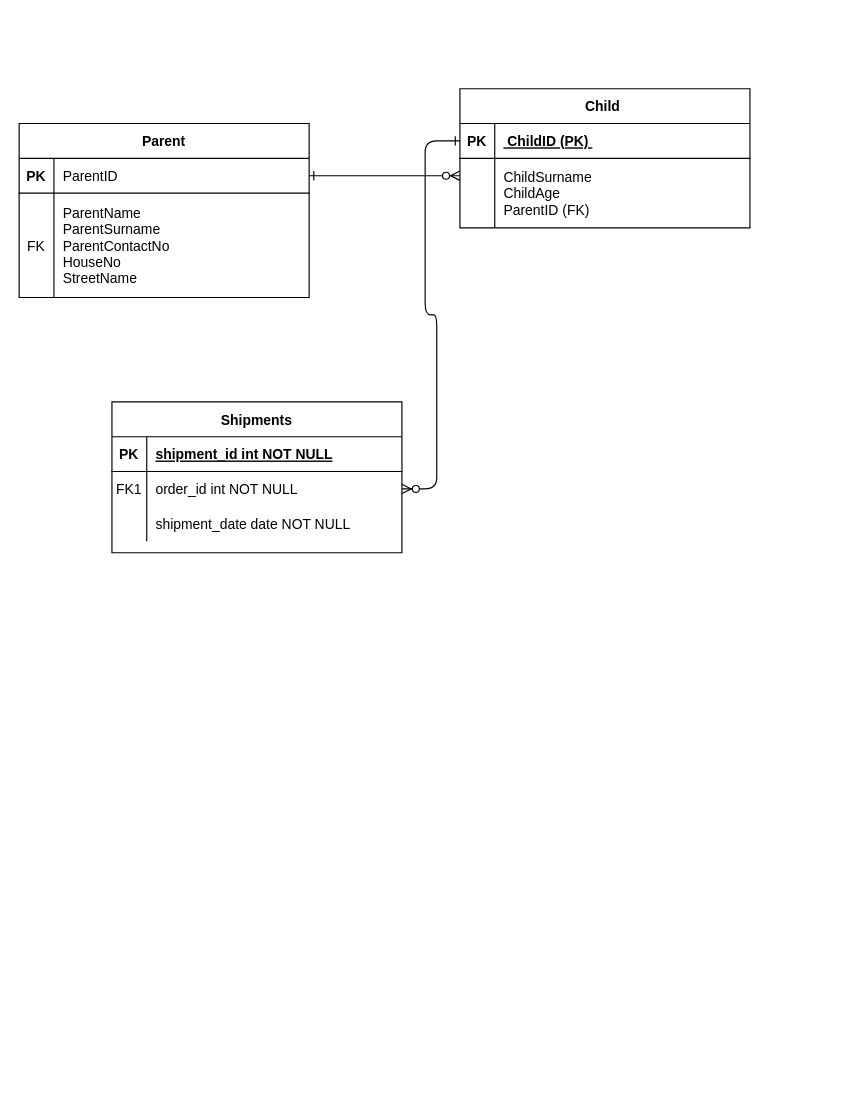
Before: Untitled Diagram.drawio in SiphosethuMsengeni/SiphosethuMsengeni, a draw.io diagram. Source tidied: cells renumbered, new cells numbered last; positions are measured from the earlier drawing's top-left corner, leaving out a move shared by most shapes. Both pictures are drawn from the tidied source at 116%, with x=0, y=0 at pixel (19, 88).
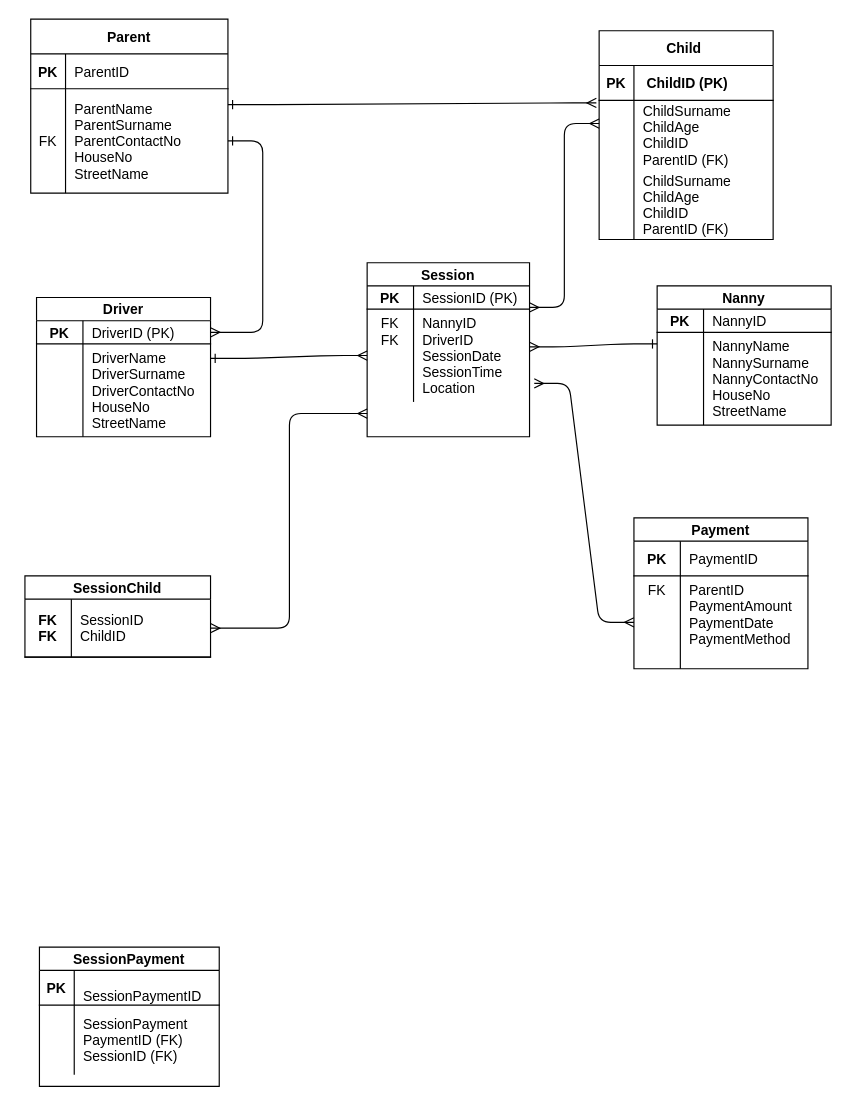
The same diagram, later.

Diff of the diagram source:
```diff
@@
-    <mxCell id="2" style="edgeStyle=entityRelationEdgeStyle;endArrow=ERzeroToMany;startArrow=ERone;endFill=1;startFill=0;" parent="1" edge="1" source="22">
+    <mxCell id="2" style="edgeStyle=entityRelationEdgeStyle;endArrow=ERmany;startArrow=ERone;endFill=0;startFill=0;exitX=1;exitY=0.934;exitDx=0;exitDy=0;exitPerimeter=0;entryX=-0.016;entryY=0.037;entryDx=0;entryDy=0;entryPerimeter=0;" parent="1" edge="1" target="28">
       <mxGeometry relative="1" as="geometry">
-        <mxPoint x="380" y="75" as="targetPoint" />
+        <mxPoint x="180" y="13.7" as="sourcePoint" />
+        <Array as="points">
+          <mxPoint x="190" y="9.7" />
+          <mxPoint x="229" y="13.7" />
+          <mxPoint x="210" y="-73.3" />
+          <mxPoint x="10" y="-104.3" />
+          <mxPoint x="220" y="-74.3" />
+          <mxPoint x="180" y="-104.3" />
+        </Array>
       </mxGeometry>
     </mxCell>
-    <mxCell id="3" style="edgeStyle=entityRelationEdgeStyle;endArrow=ERzeroToMany;startArrow=ERone;endFill=1;startFill=0;" parent="1" edge="1" source="5" target="15">
-      <mxGeometry relative="1" as="geometry" />
-    </mxCell>
     <mxCell id="4" value="Child " style="shape=table;startSize=30;childLayout=tableLayout;rowLines=0;fontStyle=1;align=center;strokeWidth=1;" parent="1" vertex="1">
-      <mxGeometry x="380" width="250" height="120" as="geometry" />
+      <mxGeometry x="500" y="-50" width="150" height="180" as="geometry" />
     </mxCell>
     <mxCell id="5" style="shape=partialRectangle;fillColor=none;points=[[0,0.5],[1,0.5]];portConstraint=eastwest;top=0;left=0;right=0;bottom=1;" parent="4" vertex="1">
-      <mxGeometry y="30" width="250" height="30" as="geometry" />
+      <mxGeometry y="30" width="150" height="30" as="geometry" />
     </mxCell>
@@
-    <mxCell id="7" value=" ChildID (PK) " style="shape=partialRectangle;overflow=hidden;fillColor=none;top=0;left=0;bottom=0;right=0;align=left;spacingLeft=6;fontStyle=5;" parent="5" vertex="1">
-      <mxGeometry x="30" width="220" height="30" as="geometry" />
+    <mxCell id="7" value=" ChildID (PK) " style="shape=partialRectangle;overflow=hidden;fillColor=none;top=0;left=0;bottom=0;right=0;align=left;spacingLeft=6;fontStyle=1;" parent="5" vertex="1">
+      <mxGeometry x="30" width="120" height="30" as="geometry" />
     </mxCell>
+    <mxCell id="28" style="shape=partialRectangle;fillColor=none;points=[[0,0.5],[1,0.5]];portConstraint=eastwest;top=0;left=0;right=0;bottom=0;" parent="4" vertex="1">
+      <mxGeometry y="60" width="150" height="60" as="geometry" />
+    </mxCell>
+    <mxCell id="29" style="shape=partialRectangle;overflow=hidden;fillColor=none;top=0;left=0;bottom=0;right=0;" parent="28" vertex="1">
+      <mxGeometry width="30" height="60" as="geometry" />
+    </mxCell>
+    <mxCell id="30" value="ChildSurname &#10;ChildAge&#10;ChildID&#10;ParentID (FK) " style="shape=partialRectangle;overflow=hidden;fillColor=none;top=0;left=0;bottom=0;right=0;align=left;spacingLeft=6;" parent="28" vertex="1">
+      <mxGeometry x="30" width="120" height="60" as="geometry" />
+    </mxCell>
     <mxCell id="8" style="shape=partialRectangle;fillColor=none;top=0;left=0;right=0;bottom=0;" parent="4" vertex="1">
-      <mxGeometry y="60" width="250" height="60" as="geometry" />
+      <mxGeometry y="120" width="150" height="60" as="geometry" />
     </mxCell>
@@
-    <mxCell id="10" value="ChildSurname &#10;ChildAge&#10;ParentID (FK)  " style="shape=partialRectangle;overflow=hidden;fillColor=none;top=0;left=0;bottom=0;right=0;align=left;spacingLeft=6;" parent="8" vertex="1">
-      <mxGeometry x="30" width="220" height="60" as="geometry" />
+    <mxCell id="10" value="ChildSurname &#10;ChildAge&#10;ChildID&#10;ParentID (FK) " style="shape=partialRectangle;overflow=hidden;fillColor=none;top=0;left=0;bottom=0;right=0;align=left;spacingLeft=6;" parent="8" vertex="1">
+      <mxGeometry x="30" width="120" height="60" as="geometry" />
     </mxCell>
-    <mxCell id="11" value="Shipments" style="shape=table;startSize=30;childLayout=tableLayout;rowLines=0;fontStyle=1;align=center;" parent="1" vertex="1">
-      <mxGeometry x="80" y="270" width="250" height="130" as="geometry" />
-    </mxCell>
-    <mxCell id="12" style="shape=partialRectangle;fillColor=none;top=0;left=0;right=0;bottom=1;" parent="11" vertex="1">
-      <mxGeometry y="30" width="250" height="30" as="geometry" />
-    </mxCell>
-    <mxCell id="13" value="PK" style="shape=partialRectangle;overflow=hidden;fillColor=none;top=0;left=0;bottom=0;right=0;fontStyle=1;" parent="12" vertex="1">
-      <mxGeometry width="30" height="30" as="geometry" />
-    </mxCell>
-    <mxCell id="14" value="shipment_id int NOT NULL " style="shape=partialRectangle;overflow=hidden;fillColor=none;top=0;left=0;bottom=0;right=0;align=left;spacingLeft=6;fontStyle=5;" parent="12" vertex="1">
-      <mxGeometry x="30" width="220" height="30" as="geometry" />
-    </mxCell>
-    <mxCell id="15" style="shape=partialRectangle;fillColor=none;points=[[0,0.5],[1,0.5]];portConstraint=eastwest;top=0;left=0;right=0;bottom=0;" parent="11" vertex="1">
-      <mxGeometry y="60" width="250" height="30" as="geometry" />
-    </mxCell>
-    <mxCell id="16" value="FK1" style="shape=partialRectangle;overflow=hidden;fillColor=none;top=0;left=0;bottom=0;right=0;" parent="15" vertex="1">
-      <mxGeometry width="30" height="30" as="geometry" />
-    </mxCell>
-    <mxCell id="17" value="order_id int NOT NULL" style="shape=partialRectangle;overflow=hidden;fillColor=none;top=0;left=0;bottom=0;right=0;align=left;spacingLeft=6;" parent="15" vertex="1">
-      <mxGeometry x="30" width="220" height="30" as="geometry" />
-    </mxCell>
-    <mxCell id="18" style="shape=partialRectangle;fillColor=none;top=0;left=0;right=0;bottom=0;" parent="11" vertex="1">
-      <mxGeometry y="90" width="250" height="30" as="geometry" />
-    </mxCell>
-    <mxCell id="19" style="shape=partialRectangle;overflow=hidden;fillColor=none;top=0;left=0;bottom=0;right=0;" parent="18" vertex="1">
-      <mxGeometry width="30" height="30" as="geometry" />
-    </mxCell>
-    <mxCell id="20" value="shipment_date date NOT NULL" style="shape=partialRectangle;overflow=hidden;fillColor=none;top=0;left=0;bottom=0;right=0;align=left;spacingLeft=6;" parent="18" vertex="1">
-      <mxGeometry x="30" width="220" height="30" as="geometry" />
-    </mxCell>
     <mxCell id="21" value="Parent" style="shape=table;startSize=30;childLayout=tableLayout;rowLines=0;fontStyle=1;align=center;" parent="1" vertex="1">
-      <mxGeometry y="30" width="250" height="150" as="geometry" />
+      <mxGeometry x="10" y="-60" width="170" height="150" as="geometry" />
     </mxCell>
     <mxCell id="22" style="shape=partialRectangle;fillColor=none;points=[[0,0.5],[1,0.5]];portConstraint=eastwest;top=0;left=0;right=0;bottom=1;" parent="21" vertex="1">
-      <mxGeometry y="30" width="250" height="30" as="geometry" />
+      <mxGeometry y="30" width="170" height="30" as="geometry" />
     </mxCell>
@@
     <mxCell id="24" value="ParentID   " style="shape=partialRectangle;overflow=hidden;fillColor=none;top=0;left=0;bottom=0;right=0;align=left;spacingLeft=6;fontStyle=0;" parent="22" vertex="1">
-      <mxGeometry x="30" width="220" height="30" as="geometry" />
+      <mxGeometry x="30" width="140" height="30" as="geometry" />
     </mxCell>
     <mxCell id="25" style="shape=partialRectangle;fillColor=none;points=[[0,0.5],[1,0.5]];portConstraint=eastwest;top=0;left=0;right=0;bottom=0;" parent="21" vertex="1">
-      <mxGeometry y="60" width="250" height="90" as="geometry" />
+      <mxGeometry y="60" width="170" height="90" as="geometry" />
     </mxCell>
@@
     <mxCell id="27" value="ParentName&#10;ParentSurname&#10;ParentContactNo&#10;HouseNo&#10;StreetName  " style="shape=partialRectangle;overflow=hidden;fillColor=none;top=0;left=0;bottom=0;right=0;align=left;spacingLeft=6;" parent="25" vertex="1">
-      <mxGeometry x="30" width="220" height="90" as="geometry" />
+      <mxGeometry x="30" width="140" height="90" as="geometry" />
     </mxCell>
+    <mxCell id="31" value="SessionPayment" style="shape=table;startSize=20;childLayout=tableLayout;rowLines=0;fontStyle=1;align=center;strokeWidth=1;" parent="1" vertex="1">
+      <mxGeometry x="17.5" y="740" width="155" height="120" as="geometry" />
+    </mxCell>
+    <mxCell id="32" style="shape=partialRectangle;fillColor=none;top=0;left=0;right=0;bottom=1;" parent="31" vertex="1">
+      <mxGeometry y="20" width="155" height="30" as="geometry" />
+    </mxCell>
+    <mxCell id="13" value="PK" style="shape=partialRectangle;overflow=hidden;fillColor=none;top=0;left=0;bottom=0;right=0;fontStyle=1;" parent="32" vertex="1">
+      <mxGeometry width="30" height="30" as="geometry" />
+    </mxCell>
+    <mxCell id="33" value="&#10;SessionPaymentID &#10;&#10;" style="shape=partialRectangle;overflow=hidden;fillColor=none;top=0;left=0;bottom=0;right=0;align=left;spacingLeft=6;fontStyle=0;" parent="32" vertex="1">
+      <mxGeometry x="30" width="125" height="30" as="geometry" />
+    </mxCell>
+    <mxCell id="34" style="shape=partialRectangle;fillColor=none;top=0;left=0;right=0;bottom=0;" parent="31" vertex="1">
+      <mxGeometry y="50" width="155" height="60" as="geometry" />
+    </mxCell>
+    <mxCell id="35" style="shape=partialRectangle;overflow=hidden;fillColor=none;top=0;left=0;bottom=0;right=0;" parent="34" vertex="1">
+      <mxGeometry width="30" height="60" as="geometry" />
+    </mxCell>
+    <mxCell id="36" value="SessionPayment&#10;PaymentID (FK)&#10;SessionID (FK)" style="shape=partialRectangle;overflow=hidden;fillColor=none;top=0;left=0;bottom=0;right=0;align=left;spacingLeft=6;" parent="34" vertex="1">
+      <mxGeometry x="30" width="125" height="60" as="geometry" />
+    </mxCell>
+    <mxCell id="37" style="text;html=1;align=center;verticalAlign=middle;strokeColor=none;fillColor=none;" parent="1" vertex="1">
+      <mxGeometry x="400" y="400" width="20" height="30" as="geometry" />
+    </mxCell>
+    <mxCell id="38" value="Payment" style="shape=table;startSize=20;childLayout=tableLayout;rowLines=0;fontStyle=1;align=center;strokeWidth=1;" parent="1" vertex="1">
+      <mxGeometry x="530" y="370" width="150" height="130" as="geometry" />
+    </mxCell>
+    <mxCell id="39" style="shape=partialRectangle;fillColor=none;top=0;left=0;right=0;bottom=1;" parent="38" vertex="1">
+      <mxGeometry y="20" width="150" height="30" as="geometry" />
+    </mxCell>
+    <mxCell id="40" value="PK" style="shape=partialRectangle;overflow=hidden;fillColor=none;top=0;left=0;bottom=0;right=0;fontStyle=1;" parent="39" vertex="1">
+      <mxGeometry width="40" height="30" as="geometry" />
+    </mxCell>
+    <mxCell id="41" value="PaymentID" style="shape=partialRectangle;overflow=hidden;fillColor=none;top=0;left=0;bottom=0;right=0;align=left;spacingLeft=6;fontStyle=0;" parent="39" vertex="1">
+      <mxGeometry x="40" width="110" height="30" as="geometry" />
+    </mxCell>
+    <mxCell id="42" style="shape=partialRectangle;fillColor=none;points=[[0,0.5],[1,0.5]];portConstraint=eastwest;top=0;left=0;right=0;bottom=0;" parent="38" vertex="1">
+      <mxGeometry y="50" width="150" height="80" as="geometry" />
+    </mxCell>
+    <mxCell id="43" value="FK&#10;&#10;&#10;&#10;" style="shape=partialRectangle;overflow=hidden;fillColor=none;top=0;left=0;bottom=0;right=0;" parent="42" vertex="1">
+      <mxGeometry width="40" height="80" as="geometry" />
+    </mxCell>
+    <mxCell id="44" value="ParentID &#10;PaymentAmount&#10;PaymentDate&#10;PaymentMethod&#10;" style="shape=partialRectangle;overflow=hidden;fillColor=none;top=0;left=0;bottom=0;right=0;align=left;spacingLeft=6;" parent="42" vertex="1">
+      <mxGeometry x="40" width="110" height="80" as="geometry" />
+    </mxCell>
+    <mxCell id="45" value="SessionChild" style="shape=table;startSize=20;childLayout=tableLayout;rowLines=0;fontStyle=1;align=center;strokeWidth=1;" parent="1" vertex="1">
+      <mxGeometry x="5" y="420" width="160" height="70" as="geometry" />
+    </mxCell>
+    <mxCell id="46" style="shape=partialRectangle;fillColor=none;points=[[0,0.5],[1,0.5]];portConstraint=eastwest;top=0;left=0;right=0;bottom=1;" parent="45" vertex="1">
+      <mxGeometry y="20" width="160" height="50" as="geometry" />
+    </mxCell>
+    <mxCell id="47" value="FK&#10;FK" style="shape=partialRectangle;overflow=hidden;fillColor=none;top=0;left=0;bottom=0;right=0;fontStyle=1;" parent="46" vertex="1">
+      <mxGeometry width="40" height="50" as="geometry" />
+    </mxCell>
+    <mxCell id="48" value="SessionID &#10;ChildID " style="shape=partialRectangle;overflow=hidden;fillColor=none;top=0;left=0;bottom=0;right=0;align=left;spacingLeft=6;fontStyle=0;" parent="46" vertex="1">
+      <mxGeometry x="40" width="120" height="50" as="geometry" />
+    </mxCell>
+    <mxCell id="49" value="Session" style="shape=table;startSize=20;childLayout=tableLayout;rowLines=0;fontStyle=1;align=center;strokeWidth=1;" parent="1" vertex="1">
+      <mxGeometry x="300" y="150" width="140" height="150" as="geometry" />
+    </mxCell>
+    <mxCell id="50" style="shape=partialRectangle;fillColor=none;top=0;left=0;right=0;bottom=1;" parent="49" vertex="1">
+      <mxGeometry y="20" width="140" height="20" as="geometry" />
+    </mxCell>
+    <mxCell id="51" value="PK" style="shape=partialRectangle;overflow=hidden;fillColor=none;top=0;left=0;bottom=0;right=0;fontStyle=1;" parent="50" vertex="1">
+      <mxGeometry width="40" height="20" as="geometry" />
+    </mxCell>
+    <mxCell id="52" value="SessionID (PK)" style="shape=partialRectangle;overflow=hidden;fillColor=none;top=0;left=0;bottom=0;right=0;align=left;spacingLeft=6;fontStyle=0;" parent="50" vertex="1">
+      <mxGeometry x="40" width="100" height="20" as="geometry" />
+    </mxCell>
+    <mxCell id="53" style="shape=partialRectangle;fillColor=none;points=[[0,0.5],[1,0.5]];portConstraint=eastwest;top=0;left=0;right=0;bottom=0;" parent="49" vertex="1">
+      <mxGeometry y="40" width="140" height="80" as="geometry" />
+    </mxCell>
+    <mxCell id="54" value="FK&#10;FK&#10;&#10;&#10;" style="shape=partialRectangle;overflow=hidden;fillColor=none;top=0;left=0;bottom=0;right=0;" parent="53" vertex="1">
+      <mxGeometry width="40" height="80" as="geometry" />
+    </mxCell>
+    <mxCell id="55" value="NannyID&#10;DriverID&#10;SessionDate&#10;SessionTime&#10;Location" style="shape=partialRectangle;overflow=hidden;fillColor=none;top=0;left=0;bottom=0;right=0;align=left;spacingLeft=6;" parent="53" vertex="1">
+      <mxGeometry x="40" width="100" height="80" as="geometry" />
+    </mxCell>
+    <mxCell id="56" value="Nanny" style="shape=table;startSize=20;childLayout=tableLayout;rowLines=0;fontStyle=1;align=center;strokeWidth=1;" parent="1" vertex="1">
+      <mxGeometry x="550" y="170" width="150" height="120" as="geometry" />
+    </mxCell>
+    <mxCell id="57" style="shape=partialRectangle;fillColor=none;top=0;left=0;right=0;bottom=1;" parent="56" vertex="1">
+      <mxGeometry y="20" width="150" height="20" as="geometry" />
+    </mxCell>
+    <mxCell id="58" value="PK" style="shape=partialRectangle;overflow=hidden;fillColor=none;top=0;left=0;bottom=0;right=0;fontStyle=1;" parent="57" vertex="1">
+      <mxGeometry width="40" height="20" as="geometry" />
+    </mxCell>
+    <mxCell id="59" value="NannyID " style="shape=partialRectangle;overflow=hidden;fillColor=none;top=0;left=0;bottom=0;right=0;align=left;spacingLeft=6;fontStyle=0;" parent="57" vertex="1">
+      <mxGeometry x="40" width="110" height="20" as="geometry" />
+    </mxCell>
+    <mxCell id="60" style="shape=partialRectangle;fillColor=none;top=0;left=0;right=0;bottom=0;" parent="56" vertex="1">
+      <mxGeometry y="40" width="150" height="80" as="geometry" />
+    </mxCell>
+    <mxCell id="61" style="shape=partialRectangle;overflow=hidden;fillColor=none;top=0;left=0;bottom=0;right=0;" parent="60" vertex="1">
+      <mxGeometry width="40" height="80" as="geometry" />
+    </mxCell>
+    <mxCell id="62" value="NannyName&#10;NannySurname&#10;NannyContactNo&#10;HouseNo&#10;StreetName" style="shape=partialRectangle;overflow=hidden;fillColor=none;top=0;left=0;bottom=0;right=0;align=left;spacingLeft=6;" parent="60" vertex="1">
+      <mxGeometry x="40" width="110" height="80" as="geometry" />
+    </mxCell>
+    <mxCell id="63" style="edgeStyle=entityRelationEdgeStyle;endArrow=ERmany;startArrow=ERmany;endFill=0;startFill=0;exitX=1;exitY=0.934;exitDx=0;exitDy=0;exitPerimeter=0;" parent="1" edge="1">
+      <mxGeometry relative="1" as="geometry">
+        <mxPoint x="440" y="188.5" as="sourcePoint" />
+        <mxPoint x="500" y="30" as="targetPoint" />
+        <Array as="points">
+          <mxPoint x="450" y="184.5" />
+          <mxPoint x="489" y="188.5" />
+          <mxPoint x="580" y="120" />
+          <mxPoint x="480" y="80" />
+          <mxPoint x="600" y="110" />
+          <mxPoint x="470" y="101.5" />
+          <mxPoint x="270" y="70.5" />
+          <mxPoint x="480" y="100.5" />
+          <mxPoint x="440" y="70.5" />
+        </Array>
+      </mxGeometry>
+    </mxCell>
+    <mxCell id="64" style="edgeStyle=entityRelationEdgeStyle;endArrow=ERmany;startArrow=ERone;endFill=0;startFill=0;exitX=1;exitY=0.934;exitDx=0;exitDy=0;exitPerimeter=0;" parent="1" edge="1">
+      <mxGeometry relative="1" as="geometry">
+        <mxPoint x="165" y="232.5" as="sourcePoint" />
+        <mxPoint x="300" y="230" as="targetPoint" />
+        <Array as="points">
+          <mxPoint x="175" y="228.5" />
+          <mxPoint x="240" y="224" />
+          <mxPoint x="214" y="232.5" />
+          <mxPoint x="305" y="164" />
+          <mxPoint x="205" y="124" />
+          <mxPoint x="300" y="174" />
+          <mxPoint x="325" y="154" />
+          <mxPoint x="195" y="145.5" />
+          <mxPoint x="-5" y="114.5" />
+          <mxPoint x="205" y="144.5" />
+          <mxPoint x="165" y="114.5" />
+        </Array>
+      </mxGeometry>
+    </mxCell>
+    <mxCell id="65" style="edgeStyle=entityRelationEdgeStyle;endArrow=ERone;startArrow=ERmany;endFill=0;startFill=0;exitX=1;exitY=0.934;exitDx=0;exitDy=0;exitPerimeter=0;entryX=0;entryY=0.5;entryDx=0;entryDy=0;" parent="1" edge="1">
+      <mxGeometry relative="1" as="geometry">
+        <mxPoint x="440" y="222.5" as="sourcePoint" />
+        <mxPoint x="550" y="220" as="targetPoint" />
+        <Array as="points">
+          <mxPoint x="450" y="218.5" />
+          <mxPoint x="515" y="214" />
+          <mxPoint x="489" y="222.5" />
+          <mxPoint x="580" y="154" />
+          <mxPoint x="480" y="114" />
+          <mxPoint x="575" y="164" />
+          <mxPoint x="600" y="144" />
+          <mxPoint x="470" y="135.5" />
+          <mxPoint x="270" y="104.5" />
+          <mxPoint x="480" y="134.5" />
+          <mxPoint x="440" y="104.5" />
+        </Array>
+      </mxGeometry>
+    </mxCell>
+    <mxCell id="66" style="edgeStyle=entityRelationEdgeStyle;endArrow=ERmany;startArrow=ERmany;endFill=0;startFill=0;exitX=1.029;exitY=0.8;exitDx=0;exitDy=0;exitPerimeter=0;" parent="1" edge="1" source="53" target="42">
+      <mxGeometry relative="1" as="geometry">
+        <Array as="points">
+          <mxPoint x="400" y="346" />
+          <mxPoint x="439" y="350" />
+          <mxPoint x="530" y="281.5" />
+          <mxPoint x="430" y="241.5" />
+          <mxPoint x="550" y="271.5" />
+          <mxPoint x="420" y="263" />
+          <mxPoint x="220" y="232" />
+          <mxPoint x="430" y="262" />
+          <mxPoint x="390" y="232" />
+        </Array>
+      </mxGeometry>
+    </mxCell>
+    <mxCell id="67" style="edgeStyle=elbowEdgeStyle;endArrow=ERmany;startArrow=ERmany;endFill=0;startFill=0;exitX=1;exitY=0.5;exitDx=0;exitDy=0;" parent="1" edge="1" source="46">
+      <mxGeometry relative="1" as="geometry">
+        <mxPoint x="300" y="280" as="targetPoint" />
+      </mxGeometry>
+    </mxCell>
+    <mxCell id="68" value="Driver" style="shape=table;startSize=20;childLayout=tableLayout;rowLines=0;fontStyle=1;align=center;strokeWidth=1;" parent="1" vertex="1">
+      <mxGeometry x="15" y="180" width="150" height="120" as="geometry" />
+    </mxCell>
+    <mxCell id="69" style="shape=partialRectangle;fillColor=none;points=[[0,0.5],[1,0.5]];portConstraint=eastwest;top=0;left=0;right=0;bottom=1;" parent="68" vertex="1">
+      <mxGeometry y="20" width="150" height="20" as="geometry" />
+    </mxCell>
+    <mxCell id="70" value="PK" style="shape=partialRectangle;overflow=hidden;fillColor=none;top=0;left=0;bottom=0;right=0;fontStyle=1;" parent="69" vertex="1">
+      <mxGeometry width="40" height="20" as="geometry" />
+    </mxCell>
+    <mxCell id="71" value="DriverID (PK)" style="shape=partialRectangle;overflow=hidden;fillColor=none;top=0;left=0;bottom=0;right=0;align=left;spacingLeft=6;fontStyle=0;" parent="69" vertex="1">
+      <mxGeometry x="40" width="110" height="20" as="geometry" />
+    </mxCell>
+    <mxCell id="72" style="shape=partialRectangle;fillColor=none;top=0;left=0;right=0;bottom=0;" parent="68" vertex="1">
+      <mxGeometry y="40" width="150" height="80" as="geometry" />
+    </mxCell>
+    <mxCell id="73" style="shape=partialRectangle;overflow=hidden;fillColor=none;top=0;left=0;bottom=0;right=0;" parent="72" vertex="1">
+      <mxGeometry width="40" height="80" as="geometry" />
+    </mxCell>
+    <mxCell id="74" value="DriverName&#10;DriverSurname&#10;DriverContactNo&#10;HouseNo&#10;StreetName" style="shape=partialRectangle;overflow=hidden;fillColor=none;top=0;left=0;bottom=0;right=0;align=left;spacingLeft=6;" parent="72" vertex="1">
+      <mxGeometry x="40" width="110" height="80" as="geometry" />
+    </mxCell>
+    <mxCell id="75" style="edgeStyle=entityRelationEdgeStyle;endArrow=ERmany;startArrow=ERone;endFill=0;startFill=0;entryX=1;entryY=0.5;entryDx=0;entryDy=0;" parent="1" edge="1" source="25" target="69">
+      <mxGeometry relative="1" as="geometry">
+        <Array as="points">
+          <mxPoint x="230" y="146" />
+          <mxPoint x="295" y="141.5" />
+          <mxPoint x="335.4" y="150" />
+          <mxPoint x="285.4" y="170" />
+          <mxPoint x="269" y="150" />
+          <mxPoint x="360" y="81.5" />
+          <mxPoint x="260" y="41.5" />
+          <mxPoint x="355" y="91.5" />
+          <mxPoint x="380" y="71.5" />
+          <mxPoint x="250" y="63" />
+          <mxPoint x="50" y="32" />
+          <mxPoint x="260" y="62" />
+          <mxPoint x="220" y="32" />
+        </Array>
+      </mxGeometry>
+    </mxCell>
```
